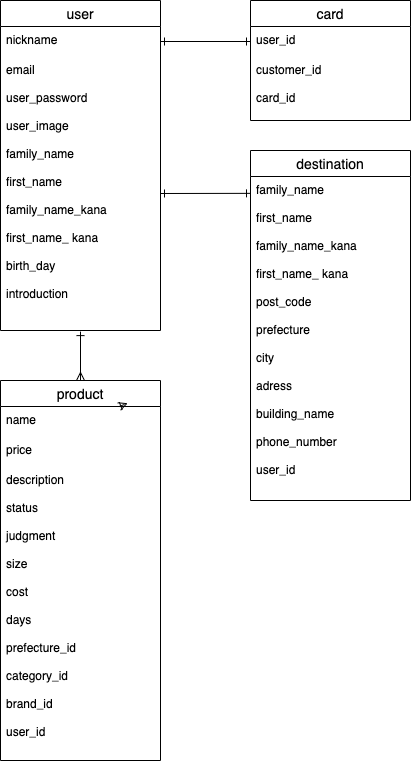
Before: .drawio.png, a diagram exported from draw.io (naokiebihara/furima-37727). Source tidied: cells renumbered, new cells last; positions are measured from the earlier drawing's top-left corner, leaving out a move shared by most shapes.
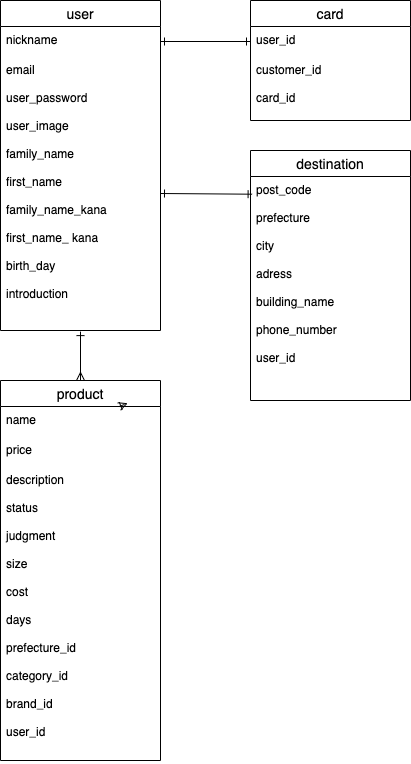
Above is the later version.

Change to the diagram source:
```diff
@@ -21,10 +21,10 @@
       <mxGeometry y="56" width="160" height="64" as="geometry" />
     </mxCell>
     <mxCell id="8" value="destination" style="swimlane;fontStyle=0;horizontal=1;startSize=26;align=center;fontSize=14;" parent="1" vertex="1">
-      <mxGeometry x="250" y="150" width="160" height="350" as="geometry" />
+      <mxGeometry x="250" y="150" width="160" height="250" as="geometry" />
     </mxCell>
-    <mxCell id="9" value="family_name&#10;&#10;first_name&#10;&#10;family_name_kana&#10;&#10;first_name_ kana&#10;&#10;post_code&#10;&#10;prefecture&#10;&#10;city&#10;&#10;adress&#10;&#10;building_name&#10;&#10;phone_number&#10;&#10;user_id&#10;&#10;&#10;&#10;&#10;" style="text;strokeColor=none;fillColor=none;spacingLeft=4;spacingRight=4;overflow=hidden;points=[[0,0.5],[1,0.5]];portConstraint=eastwest;fontSize=12;" parent="8" vertex="1">
-      <mxGeometry y="26" width="160" height="324" as="geometry" />
+    <mxCell id="9" value="post_code&#10;&#10;prefecture&#10;&#10;city&#10;&#10;adress&#10;&#10;building_name&#10;&#10;phone_number&#10;&#10;user_id&#10;&#10;&#10;&#10;&#10;&#10;" style="text;strokeColor=none;fillColor=none;spacingLeft=4;spacingRight=4;overflow=hidden;points=[[0,0.5],[1,0.5]];portConstraint=eastwest;fontSize=12;" parent="8" vertex="1">
+      <mxGeometry y="26" width="160" height="224" as="geometry" />
     </mxCell>
     <mxCell id="10" style="edgeStyle=none;html=1;exitX=0.5;exitY=0;exitDx=0;exitDy=0;entryX=0.5;entryY=1.004;entryDx=0;entryDy=0;entryPerimeter=0;shadow=0;startArrow=ERmany;startFill=0;endArrow=ERone;endFill=0;" parent="1" edge="1" source="11" target="4">
       <mxGeometry relative="1" as="geometry" />
@@ -47,7 +47,7 @@
     <mxCell id="16" style="edgeStyle=none;html=1;exitX=0;exitY=0.5;exitDx=0;exitDy=0;entryX=1;entryY=0.5;entryDx=0;entryDy=0;shadow=0;startArrow=ERone;startFill=0;endArrow=ERone;endFill=0;" parent="1" edge="1" source="6" target="3">
       <mxGeometry relative="1" as="geometry" />
     </mxCell>
-    <mxCell id="17" style="edgeStyle=none;html=1;exitX=1;exitY=0.5;exitDx=0;exitDy=0;entryX=0;entryY=0.052;entryDx=0;entryDy=0;entryPerimeter=0;shadow=0;startArrow=ERone;startFill=0;endArrow=ERone;endFill=0;" parent="1" edge="1" source="4" target="9">
+    <mxCell id="17" style="edgeStyle=none;html=1;exitX=1;exitY=0.5;exitDx=0;exitDy=0;entryX=0.01;entryY=0.079;entryDx=0;entryDy=0;entryPerimeter=0;shadow=0;startArrow=ERone;startFill=0;endArrow=ERone;endFill=0;strokeColor=default;" parent="1" edge="1" source="4" target="9">
       <mxGeometry relative="1" as="geometry" />
     </mxCell>
   </root>
```
